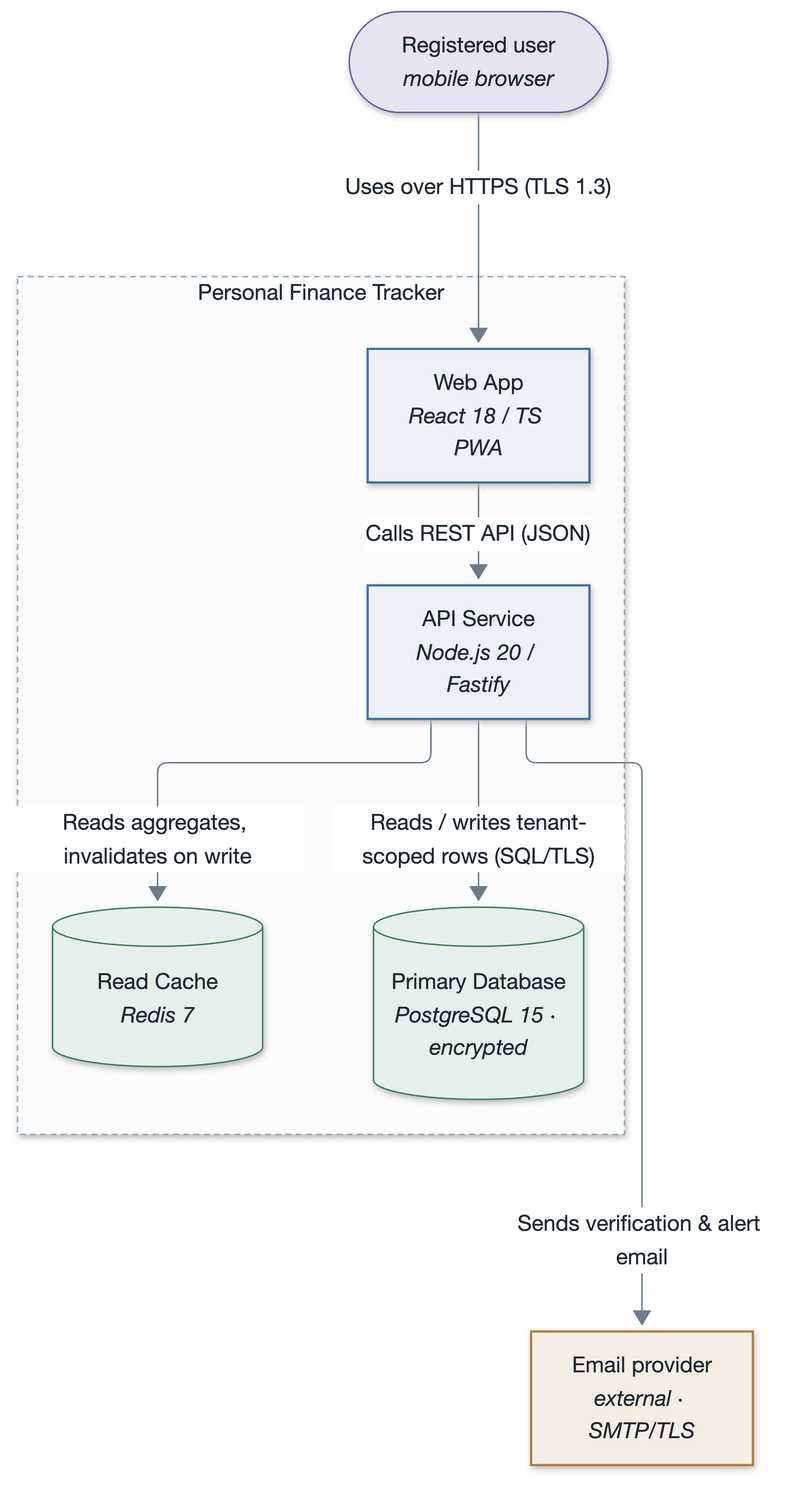
This is examples/personal-finance-tracker-mermaid/diagrams/container.png from rtym/sei-architecture-methodology, a PlantUML export, as it was before one commit. Its source is kept beside it as examples/personal-finance-tracker-plantuml/add/diagrams/container.puml. Its diagram source:
```plantuml
@startuml container
!include c4/C4_Container.puml
!include c4/sei-c4-palette.puml
LAYOUT_TOP_DOWN()
title Container diagram — Personal Finance Tracker (C4 level 2)
Person(user, "Registered user", "Mobile browser")
System_Ext(mail, "Email provider", "SMTP/TLS")
System_Boundary(sys, "Personal Finance Tracker") {
  Container(spa, "Web App", "React 18 / TS PWA", "Delivers the UI")
  Container(api, "API Service", "Node.js 20 / Fastify", "Single write path; enforces tenant scoping")
  ContainerDb(db, "Primary Database", "PostgreSQL 15 (encrypted)", "System of record; tenant-scoped rows")
  ContainerDb(cache, "Read Cache", "Redis 7", "Dashboard aggregates; cache-aside, 15-min TTL")
}
Rel(user, spa, "Uses over HTTPS", "TLS 1.3")
Rel(spa, api, "Calls REST API", "JSON")
Rel(api, db, "Reads / writes tenant-scoped rows", "SQL/TLS")
Rel(api, cache, "Reads aggregates, invalidates on write", "RESP")
Rel(api, mail, "Sends verification & alert email", "SMTP")
@enduml
```
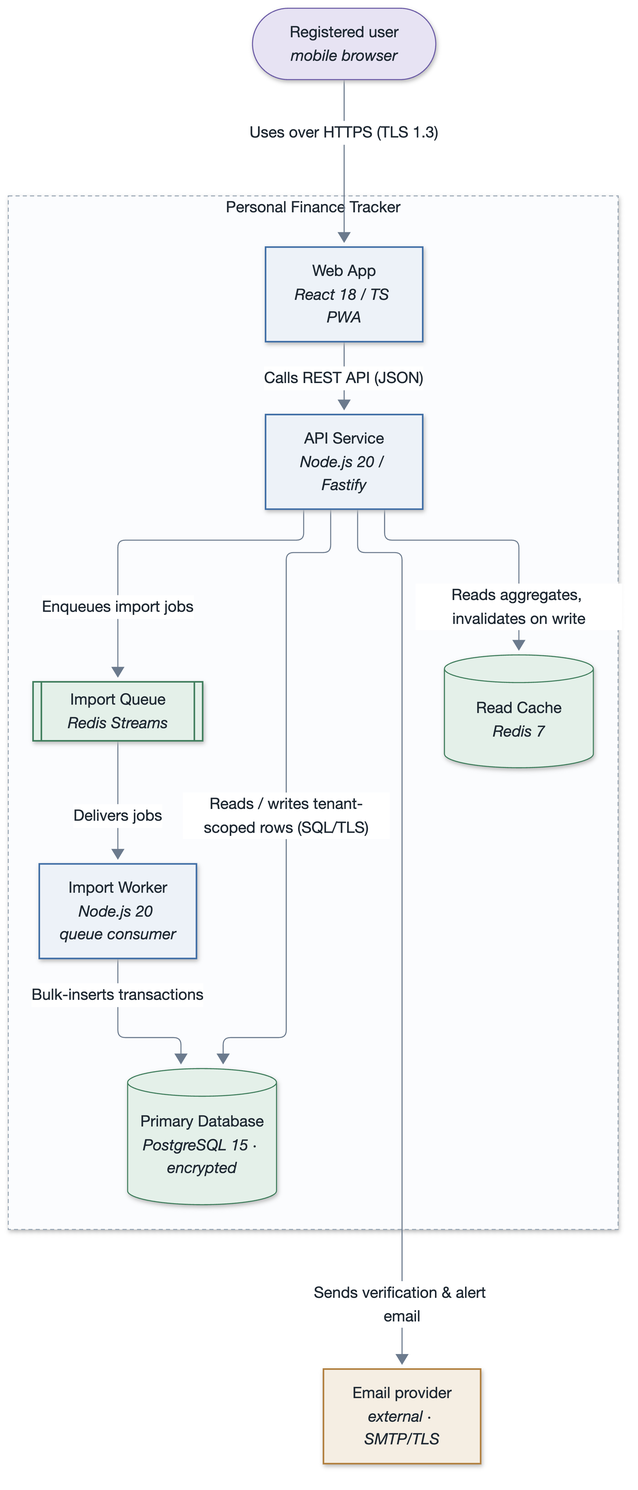
The same diagram one commit later.

Diff of the diagram source:
```diff
@@ -9,11 +9,16 @@
   Container(spa, "Web App", "React 18 / TS PWA", "Delivers the UI")
   Container(api, "API Service", "Node.js 20 / Fastify", "Single write path; enforces tenant scoping")
   ContainerDb(db, "Primary Database", "PostgreSQL 15 (encrypted)", "System of record; tenant-scoped rows")
+  Container(worker, "Import Worker", "Node.js 20 queue consumer", "Parses CSV imports; bulk-inserts transactions")
   ContainerDb(cache, "Read Cache", "Redis 7", "Dashboard aggregates; cache-aside, 15-min TTL")
+  ContainerQueue(queue, "Import Queue", "Redis Streams", "Import jobs; at-least-once delivery")
 }
 Rel(user, spa, "Uses over HTTPS", "TLS 1.3")
 Rel(spa, api, "Calls REST API", "JSON")
 Rel(api, db, "Reads / writes tenant-scoped rows", "SQL/TLS")
 Rel(api, cache, "Reads aggregates, invalidates on write", "RESP")
+Rel(api, queue, "Enqueues import jobs", "RESP")
+Rel(queue, worker, "Delivers jobs", "RESP")
+Rel(worker, db, "Bulk-inserts transactions", "SQL/TLS")
 Rel(api, mail, "Sends verification & alert email", "SMTP")
 @enduml
```
